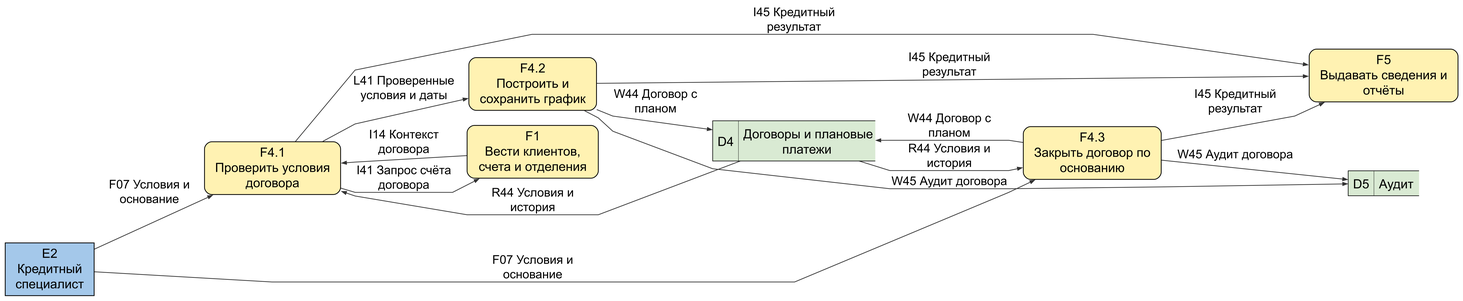
Before: figures/B7_loans.png, a diagram exported from Graphviz (qwertyvich/IT-project). Its source is kept beside it as figures/B7_loans.dot.
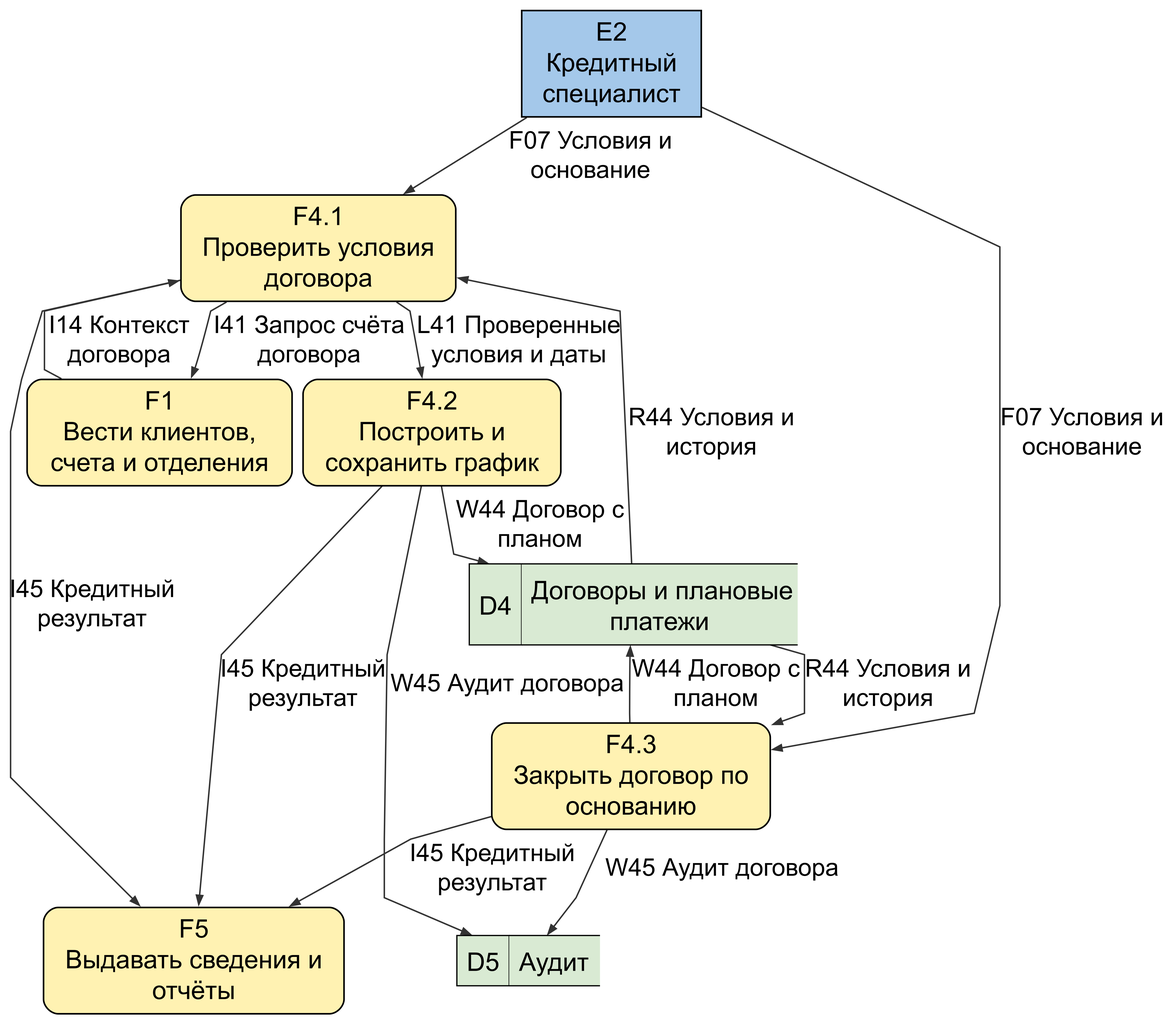
Above is the later version.

What changed in the source:
```diff
@@ -1,7 +1,8 @@
 digraph B7_loans {
-graph [rankdir=LR, bgcolor="white", pad=.12, nodesep=.35, ranksep=.65, splines=polyline, outputorder=edgesfirst];
+graph [rankdir=TB, bgcolor="white", pad=.12, nodesep=.35, ranksep=.65, splines=polyline, outputorder=edgesfirst];
 node [fontname="Arial", fontsize=21, margin=".12,.08", penwidth=1.3];
 edge [fontname="Arial", fontsize=20, color="#333333", penwidth=1.2, arrowsize=.75];
+graph [nodesep=.12, ranksep=.2];
 "E2" [label="E2\nКредитный\nспециалист", shape="box", style="filled", fillcolor="#A4C8EA", width="2.042"];
 "F4_1" [label="F4.1\nПроверить условия\nдоговора", shape="box", style="rounded,filled", fillcolor="#FFF2B2", width="3.125"];
 E2 -> F4_1 [label="F07 Условия и\nоснование"];
```
